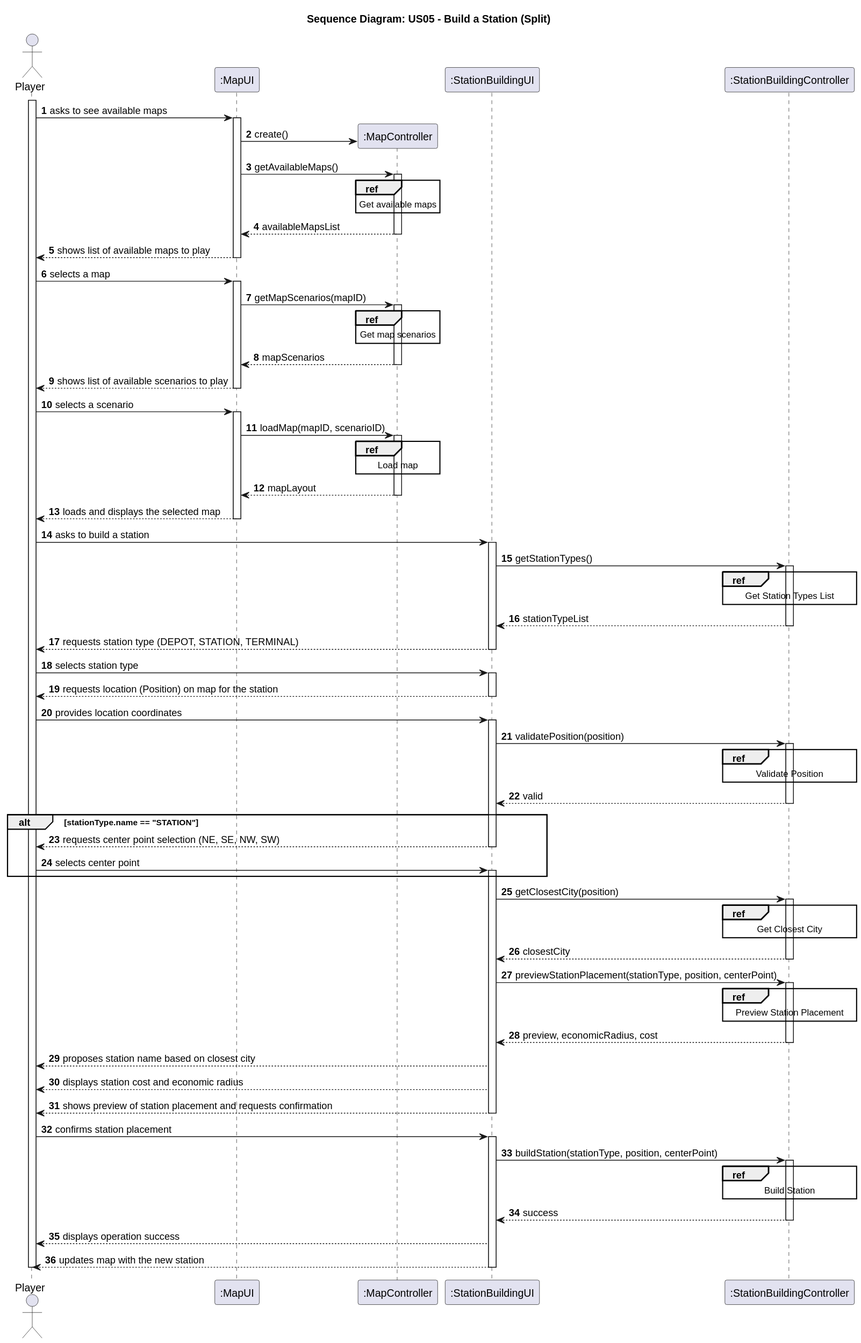
This is docs/system-documentation/Sprint 3/US05/03.design/svg/US05-SD-split-Sequence_Diagram.svg from HenriqueSilva18/Railway-Network-Simulator, a PlantUML export, as it was before one commit.
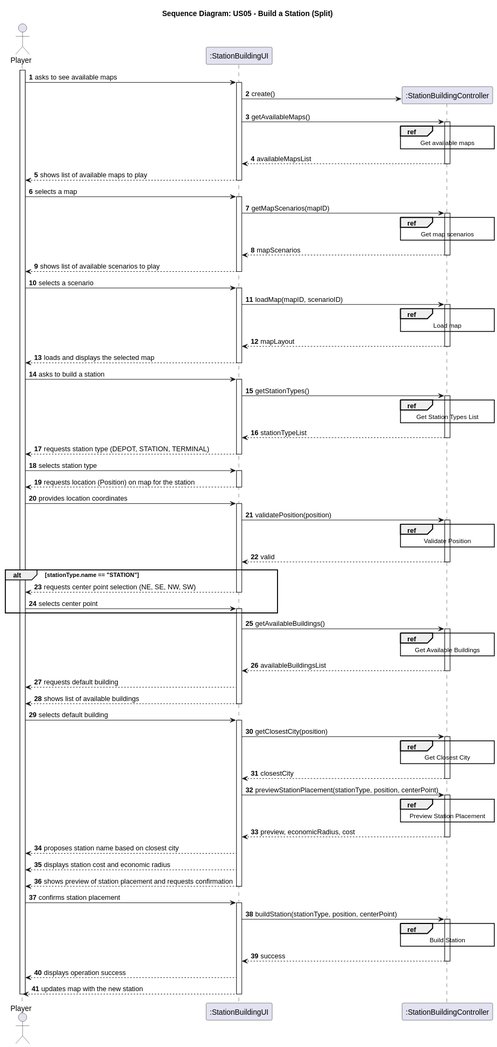
After the commit.

Commit message:
[US05] - Ref #5, Ref #318 - Updated Design Model with new building selection parameter and fixes regarding provided feedback

What changed in the source:
```diff
@@ -7,50 +7,48 @@
 title Sequence Diagram: US05 - Build a Station (Split)
 
 actor "Player" as PLAYER
-participant ":MapUI" as mapUI
-participant ":MapController" as mapCTRL
 participant ":StationBuildingUI" as UI
 participant ":StationBuildingController" as CTRL
 
 
 activate PLAYER
 
-    PLAYER -> mapUI: asks to see available maps
-        activate mapUI
-        mapUI -> mapCTRL**: create()
-        mapUI -> mapCTRL: getAvailableMaps()
-            activate mapCTRL
-                ref over mapCTRL
+    PLAYER -> UI: asks to see available maps
+        activate UI
+        UI -> CTRL**: create()
+        UI -> CTRL: getAvailableMaps()
+            activate CTRL
+                ref over CTRL
                     Get available maps
                 end
-            mapCTRL --> mapUI: availableMapsList
-            deactivate mapCTRL
-        mapUI --> PLAYER: shows list of available maps to play
-        deactivate mapUI
+            CTRL --> UI: availableMapsList
+            deactivate CTRL
+        UI --> PLAYER: shows list of available maps to play
+        deactivate UI
 
-    PLAYER -> mapUI: selects a map
-        activate mapUI
-        mapUI -> mapCTRL: getMapScenarios(mapID)
-            activate mapCTRL
-                ref over mapCTRL
+    PLAYER -> UI: selects a map
+        activate UI
+        UI -> CTRL: getMapScenarios(mapID)
+            activate CTRL
+                ref over CTRL
                     Get map scenarios
                 end
-            mapCTRL --> mapUI: mapScenarios
-            deactivate mapCTRL
-        mapUI --> PLAYER: shows list of available scenarios to play
-        deactivate mapUI
-    PLAYER -> mapUI: selects a scenario
+            CTRL --> UI: mapScenarios
+            deactivate CTRL
+        UI --> PLAYER: shows list of available scenarios to play
+        deactivate UI
+    PLAYER -> UI: selects a scenario
 
-        activate mapUI
-        mapUI -> mapCTRL: loadMap(mapID, scenarioID)
-            activate mapCTRL
-                ref over mapCTRL
+        activate UI
+        UI -> CTRL: loadMap(mapID, scenarioID)
+            activate CTRL
+                ref over CTRL
                     Load map
                 end
-            mapCTRL --> mapUI: mapLayout
-            deactivate mapCTRL
-        mapUI --> PLAYER: loads and displays the selected map
-        deactivate mapUI
+            CTRL --> UI: mapLayout
+            deactivate CTRL
+        UI --> PLAYER: loads and displays the selected map
+        deactivate UI
 
     PLAYER -> UI : asks to build a station
     activate UI
@@ -91,6 +89,23 @@
             PLAYER -> UI : selects center point
             activate UI
         end
+
+        UI -> CTRL : getAvailableBuildings()
+
+        ref over CTRL
+            Get Available Buildings
+        end ref
+
+        activate CTRL
+            CTRL --> UI : availableBuildingsList
+        deactivate CTRL
+
+        UI --> PLAYER : requests default building
+        UI --> PLAYER : shows list of available buildings
+        deactivate UI
+
+        PLAYER -> UI : selects default building
+        activate UI
 
         UI -> CTRL : getClosestCity(position)
 
```
